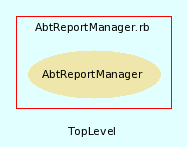
Above: src/trunk/doc/dot/f_6.png in eschabell/abtlinux (Graphviz), before the change. Its source is kept beside it as src/trunk/doc/dot/f_6.dot.
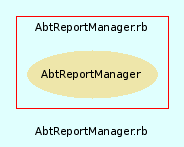
After the commit.

The edit, as a diff of the source:
```diff
@@ -3,7 +3,7 @@
     bgcolor = lightcyan1
     fontname = Arial
     fontsize = 8
-    label = "TopLevel"
+    label = "AbtReportManager.rb"
     node [
         fontname = Arial,
         fontsize = 8,
```
